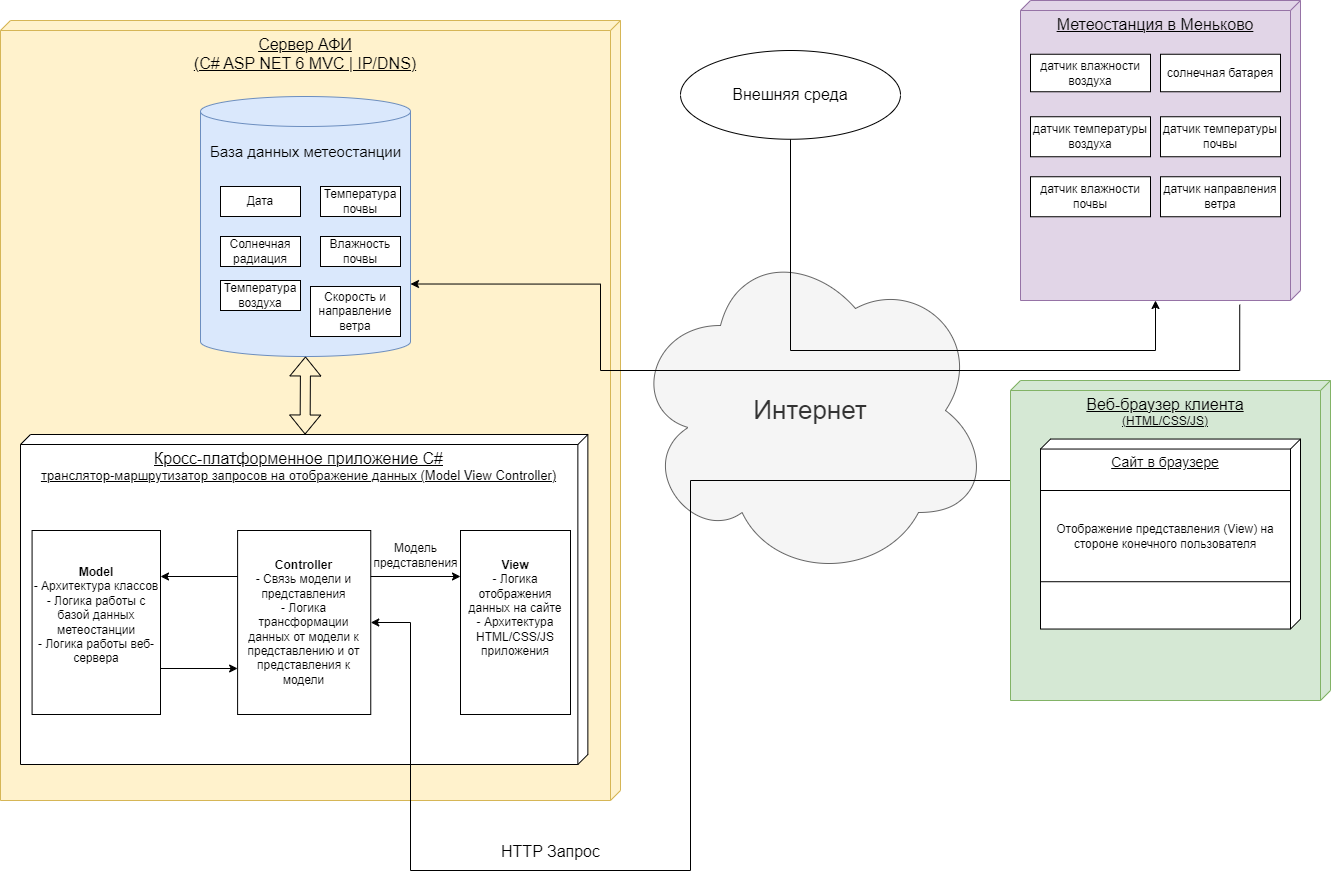
Before: doc/ari-meteostation-deployDiagram.drawio.png, a diagram exported from draw.io (kradunches/ari-metiostation). Source tidied: cells renumbered, new cells last; positions are measured from the earlier drawing's top-left corner, leaving out a move shared by most shapes.
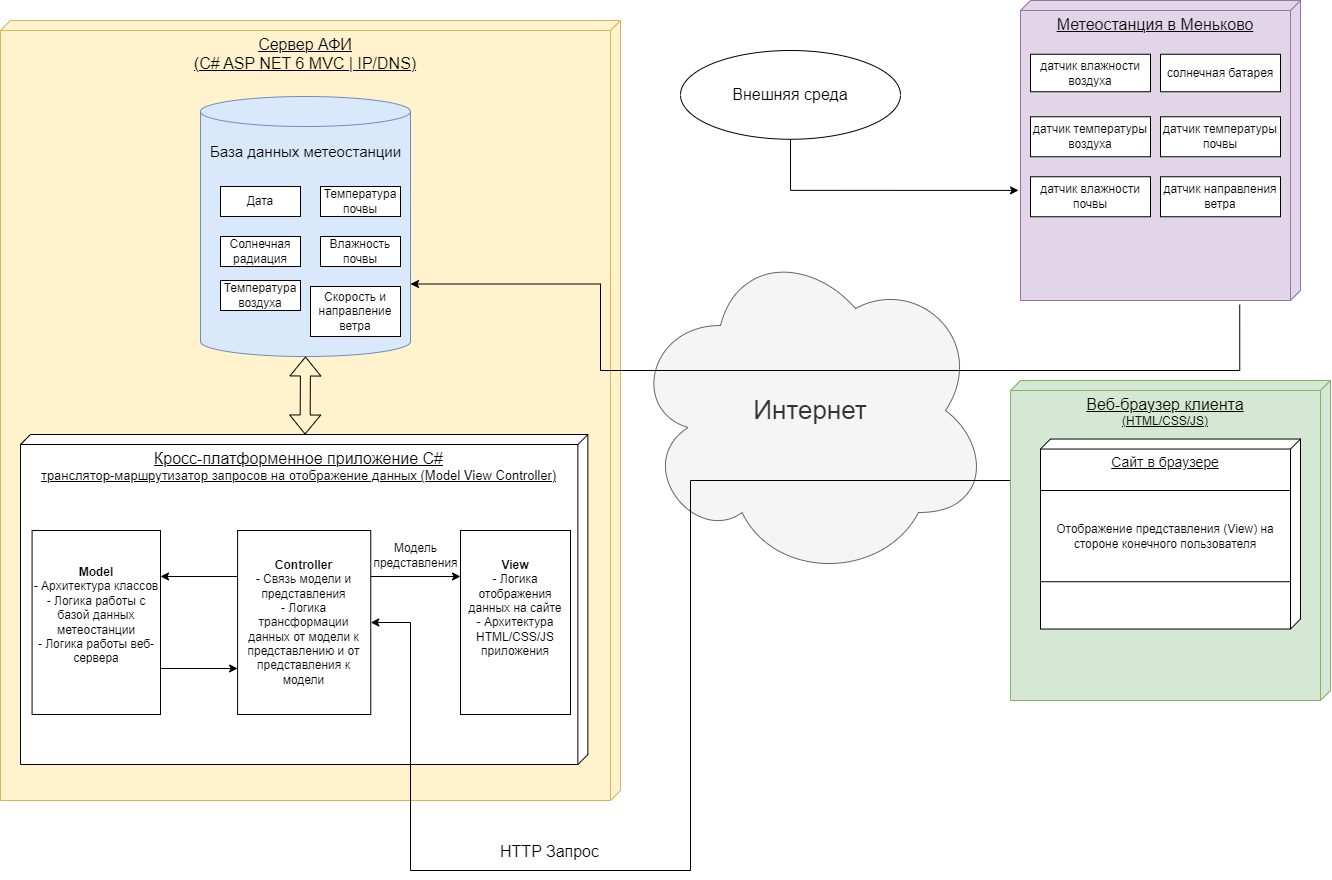
The same file after the commit.

The edit, as a diff of the source:
```diff
@@ -65,11 +65,10 @@
     <mxCell id="22" value="&lt;font style=&quot;font-size: 26px;&quot;&gt;Интернет&lt;/font&gt;" style="ellipse;shape=cloud;whiteSpace=wrap;html=1;fillColor=#f5f5f5;fontColor=#333333;strokeColor=#666666;" parent="1" vertex="1">
       <mxGeometry x="630" y="240" width="360" height="340" as="geometry" />
     </mxCell>
-    <mxCell id="23" style="edgeStyle=orthogonalEdgeStyle;rounded=0;jettySize=auto;html=1;entryX=0;entryY=0;entryDx=300;entryDy=145;entryPerimeter=0;" parent="1" edge="1" source="24" target="26">
+    <mxCell id="23" style="edgeStyle=orthogonalEdgeStyle;rounded=0;jettySize=auto;html=1;entryX=0.633;entryY=1.007;entryDx=0;entryDy=0;entryPerimeter=0;" parent="1" edge="1" source="24" target="26">
       <mxGeometry relative="1" as="geometry">
         <Array as="points">
-          <mxPoint x="790" y="350" />
-          <mxPoint x="1155" y="350" />
+          <mxPoint x="790" y="190" />
         </Array>
       </mxGeometry>
     </mxCell>
```
